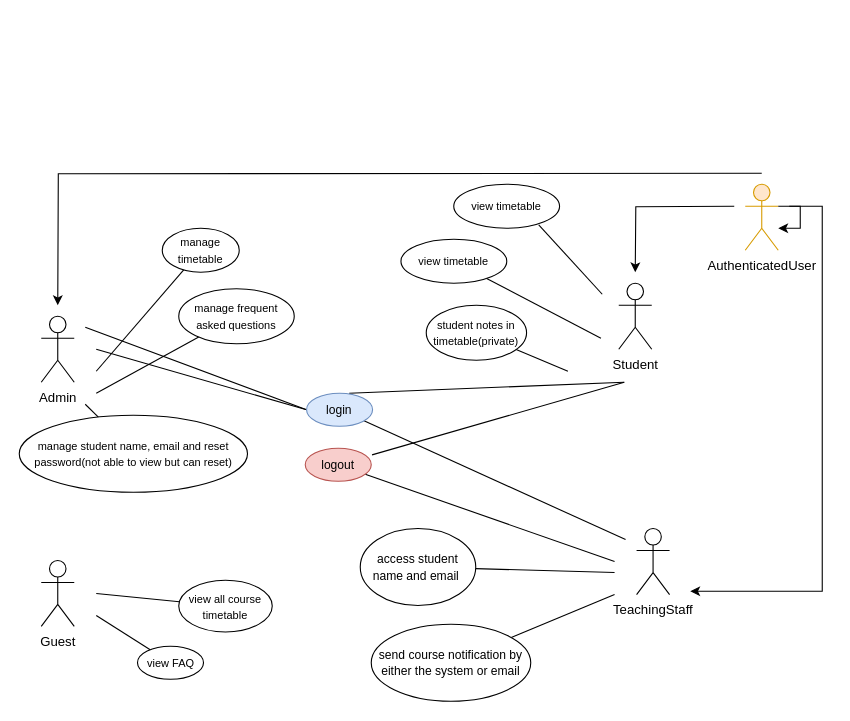
Above: Untitled Diagram.drawio in JackSuuu/SEPP-coursework (draw.io), before the change. Source tidied: cells renumbered, new cells numbered last; positions are measured from the earlier drawing's top-left corner, leaving out a move shared by most shapes. Both pictures are drawn from the tidied source at 110%, with x=0, y=0 at pixel (19, 173).
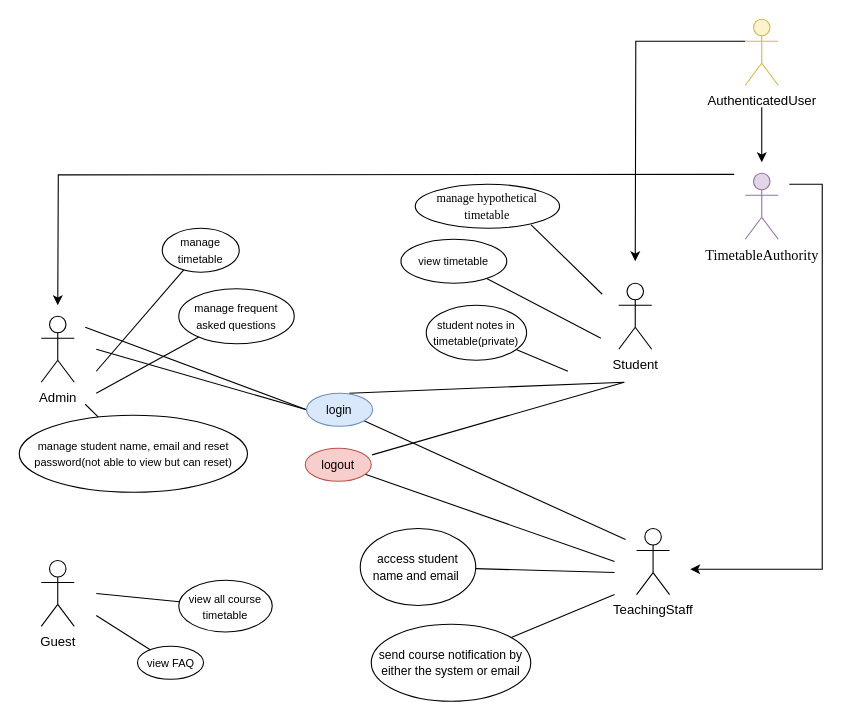
After the change.

The edit, as a diff of the source:
```diff
@@
-    <mxCell id="32" value="&lt;font style=&quot;font-size: 10px;&quot;&gt;view timetable&lt;/font&gt;" style="ellipse;whiteSpace=wrap;html=1;" parent="1" vertex="1">
-      <mxGeometry x="395" y="10" width="96.2" height="40" as="geometry" />
+    <mxCell id="32" value="&lt;font style=&quot;font-size: 11px;&quot;&gt;&lt;font style=&quot;&quot; face=&quot;Times New Roman, serif&quot;&gt;&lt;span style=&quot;white-space-collapse: preserve;&quot;&gt;manage &lt;/span&gt;&lt;/font&gt;&lt;span style=&quot;&quot; id=&quot;docs-internal-guid-d587b229-7fff-c661-2e65-e3b31a2396ec&quot;&gt;&lt;span style=&quot;font-family: &amp;quot;Times New Roman&amp;quot;, serif; background-color: transparent; font-variant-numeric: normal; font-variant-east-asian: normal; font-variant-alternates: normal; font-variant-position: normal; font-variant-emoji: normal; vertical-align: baseline; white-space-collapse: preserve;&quot;&gt;hypothetical timetable&lt;/span&gt;&lt;/span&gt;&lt;/font&gt;" style="ellipse;whiteSpace=wrap;html=1;" parent="1" vertex="1">
+      <mxGeometry x="360" y="10" width="131.2" height="40" as="geometry" />
     </mxCell>
@@
-    <mxCell id="34" style="edgeStyle=orthogonalEdgeStyle;rounded=0;orthogonalLoop=1;jettySize=auto;html=1;" parent="1" edge="1">
-      <mxGeometry relative="1" as="geometry">
-        <mxPoint x="650" y="30" as="sourcePoint" />
-        <mxPoint x="560" y="90" as="targetPoint" />
-      </mxGeometry>
-    </mxCell>
     <mxCell id="35" style="edgeStyle=orthogonalEdgeStyle;rounded=0;orthogonalLoop=1;jettySize=auto;html=1;" parent="1" edge="1">
       <mxGeometry relative="1" as="geometry">
-        <mxPoint x="675" as="sourcePoint" />
+        <mxPoint x="650" y="1" as="sourcePoint" />
         <mxPoint x="35" y="120" as="targetPoint" />
       </mxGeometry>
     </mxCell>
     <mxCell id="36" style="edgeStyle=orthogonalEdgeStyle;rounded=0;orthogonalLoop=1;jettySize=auto;html=1;" parent="1" edge="1">
       <mxGeometry relative="1" as="geometry">
-        <mxPoint x="700" y="30" as="sourcePoint" />
-        <mxPoint x="610" y="380" as="targetPoint" />
+        <mxPoint x="700" y="10" as="sourcePoint" />
+        <mxPoint x="610" y="360" as="targetPoint" />
         <Array as="points">
-          <mxPoint x="730" y="30" />
-          <mxPoint x="730" y="380" />
+          <mxPoint x="730" y="10" />
+          <mxPoint x="730" y="360" />
         </Array>
       </mxGeometry>
     </mxCell>
+    <mxCell id="39" style="edgeStyle=orthogonalEdgeStyle;rounded=0;jettySize=auto;html=1;exitX=0;exitY=0.3333333333333333;exitDx=0;exitDy=0;exitPerimeter=0;" parent="1" edge="1" source="37">
+      <mxGeometry relative="1" as="geometry">
+        <mxPoint x="560" y="80" as="targetPoint" />
+      </mxGeometry>
+    </mxCell>
+    <mxCell id="40" style="edgeStyle=orthogonalEdgeStyle;rounded=0;orthogonalLoop=1;jettySize=auto;html=1;" parent="1" edge="1">
+      <mxGeometry relative="1" as="geometry">
+        <mxPoint x="675" y="-60" as="sourcePoint" />
+        <mxPoint x="675" y="-10" as="targetPoint" />
+      </mxGeometry>
+    </mxCell>
-    <mxCell id="37" value="AuthenticatedUser" style="shape=umlActor;verticalLabelPosition=bottom;verticalAlign=top;html=1;outlineConnect=0;fillColor=#ffe6cc;strokeColor=#d79b00;" parent="1" vertex="1">
-      <mxGeometry x="660" y="10" width="30" height="60" as="geometry" />
+    <mxCell id="37" value="AuthenticatedUser" style="shape=umlActor;verticalLabelPosition=bottom;verticalAlign=top;html=1;outlineConnect=0;fillColor=#fff2cc;strokeColor=#d6b656;shadow=0;" parent="1" vertex="1">
+      <mxGeometry x="660" y="-140" width="30" height="60" as="geometry" />
     </mxCell>
-    <mxCell id="38" style="edgeStyle=orthogonalEdgeStyle;rounded=0;orthogonalLoop=1;jettySize=auto;html=1;" parent="1" edge="1" source="37" target="37">
-      <mxGeometry relative="1" as="geometry" />
-    </mxCell>
+    <mxCell id="41" value="&lt;span id=&quot;docs-internal-guid-e3b1e39f-7fff-0d2e-9f1d-73a2b0bd3da3&quot;&gt;&lt;span style=&quot;font-family: &amp;quot;Times New Roman&amp;quot;, serif; background-color: transparent; font-variant-numeric: normal; font-variant-east-asian: normal; font-variant-alternates: normal; font-variant-position: normal; font-variant-emoji: normal; vertical-align: baseline; white-space: pre-wrap;&quot;&gt;&lt;font style=&quot;font-size: 13px;&quot;&gt;TimetableAuthority&lt;/font&gt;&lt;/span&gt;&lt;/span&gt;" style="shape=umlActor;verticalLabelPosition=bottom;verticalAlign=top;html=1;fillColor=#e1d5e7;strokeColor=#9673a6;" parent="1" vertex="1">
+      <mxGeometry x="660" width="30" height="60" as="geometry" />
+    </mxCell>
```
